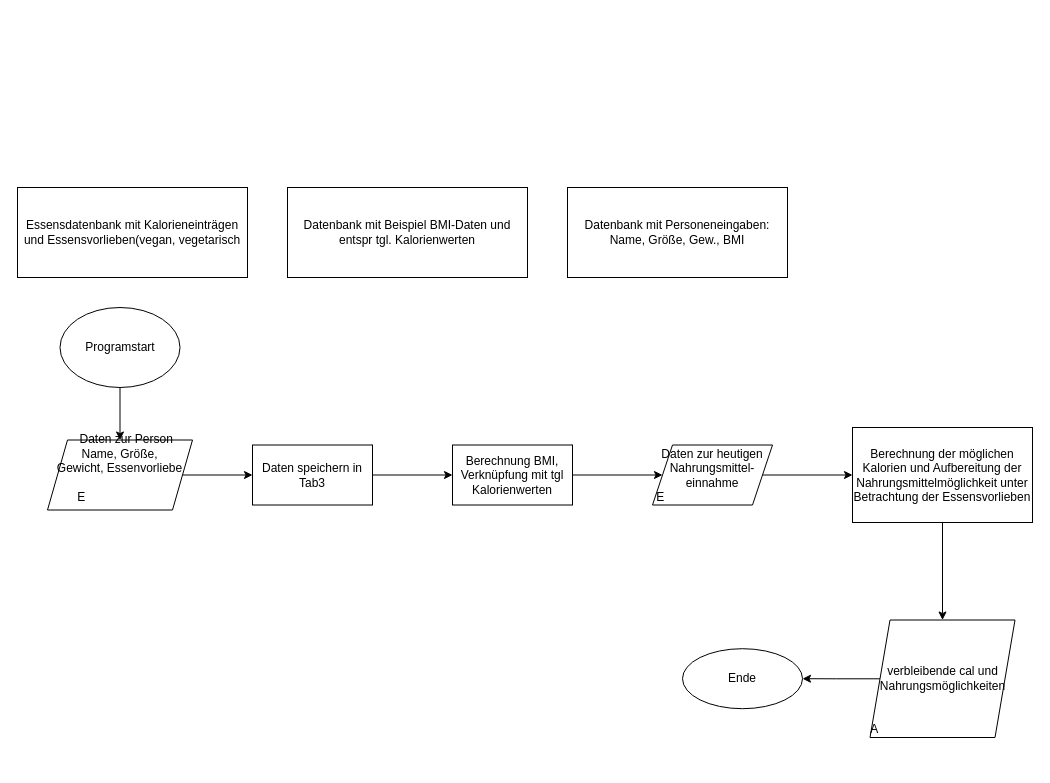
The draw.io diagram Untitled Diagram.drawio in fisi-pr/BMI_cal, before the edit. Source tidied: cells renumbered, new cells numbered last; positions are measured from the earlier drawing's top-left corner, leaving out a move shared by most shapes. Both pictures are drawn from the tidied source at 100%, with x=0, y=0 at pixel (17, 187).
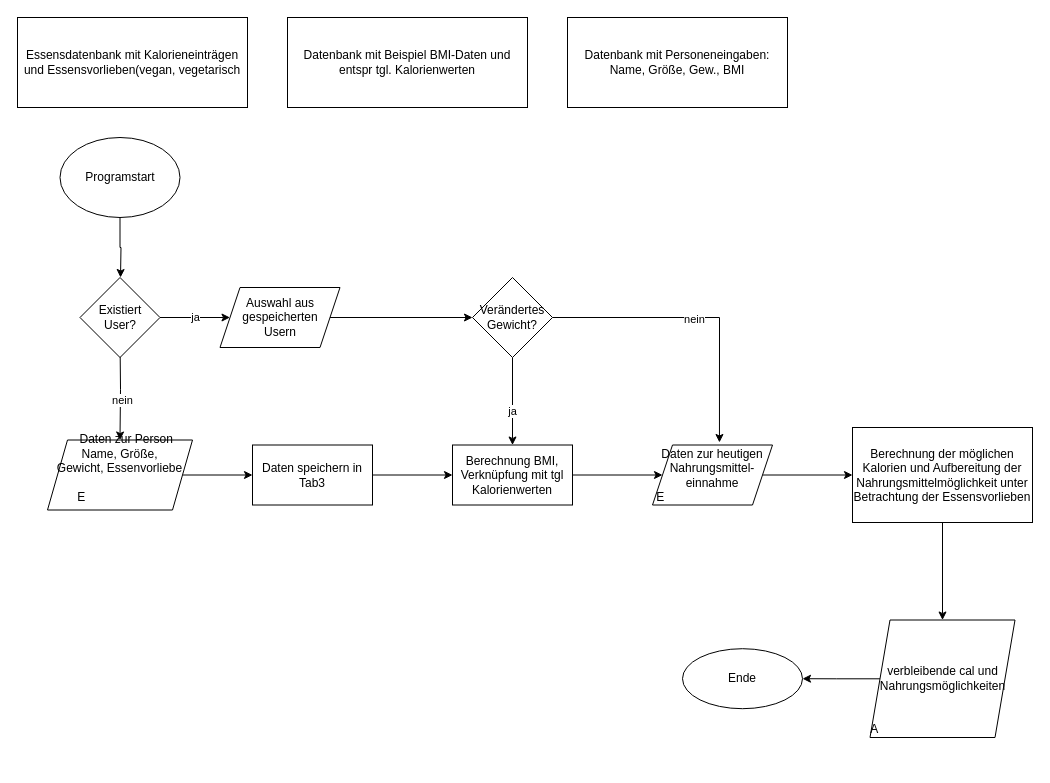
The same diagram, later.

The change refers to these unchanged cells:
```xml
<mxCell id="5" value="&lt;div&gt;&amp;nbsp;&amp;nbsp;&amp;nbsp; Daten zur Person&lt;/div&gt;&lt;div&gt;Name, Größe,&lt;/div&gt;&lt;div&gt;Gewicht, Essenvorliebe&lt;/div&gt;&lt;div&gt;&lt;br&gt;&lt;/div&gt;&lt;div&gt;E&amp;nbsp;&amp;nbsp;&amp;nbsp;&amp;nbsp; &amp;nbsp; &amp;nbsp; &amp;nbsp; &amp;nbsp;&amp;nbsp;&amp;nbsp;&amp;nbsp;&amp;nbsp; &amp;nbsp; &amp;nbsp; &amp;nbsp;&amp;nbsp; &amp;nbsp;&amp;nbsp;&amp;nbsp;&amp;nbsp;&amp;nbsp;&amp;nbsp;&amp;nbsp;&amp;nbsp;&amp;nbsp;&amp;nbsp;&amp;nbsp;&amp;nbsp;&amp;nbsp;&amp;nbsp;&amp;nbsp;&amp;nbsp;&amp;nbsp; &lt;br&gt;&lt;/div&gt;" style="shape=parallelogram;perimeter=parallelogramPerimeter;whiteSpace=wrap;html=1;fixedSize=1;fontSize=12;" parent="1" vertex="1">
  <mxGeometry x="30" y="252.5" width="145" height="70" as="geometry" />
</mxCell>
<mxCell id="10" value="Berechnung BMI, Verknüpfung mit tgl Kalorienwerten" style="whiteSpace=wrap;html=1;rounded=0;" parent="1" vertex="1">
  <mxGeometry x="435" y="257.5" width="120" height="60" as="geometry" />
</mxCell>
<mxCell id="12" value="&lt;div&gt;Daten zur heutigen Nahrungsmittel-einnahme&lt;/div&gt;&lt;div&gt;E&amp;nbsp;&amp;nbsp;&amp;nbsp;&amp;nbsp;&amp;nbsp;&amp;nbsp;&amp;nbsp;&amp;nbsp;&amp;nbsp;&amp;nbsp;&amp;nbsp;&amp;nbsp;&amp;nbsp;&amp;nbsp;&amp;nbsp;&amp;nbsp;&amp;nbsp;&amp;nbsp;&amp;nbsp;&amp;nbsp;&amp;nbsp;&amp;nbsp;&amp;nbsp;&amp;nbsp;&amp;nbsp;&amp;nbsp;&amp;nbsp;&amp;nbsp;&amp;nbsp;&amp;nbsp;&amp;nbsp; &lt;br&gt;&lt;/div&gt;" style="shape=parallelogram;perimeter=parallelogramPerimeter;whiteSpace=wrap;html=1;fixedSize=1;rounded=0;" parent="1" vertex="1">
  <mxGeometry x="635" y="257.5" width="120" height="60" as="geometry" />
</mxCell>
```

Change to the diagram source:
```diff
@@
     <mxCell id="2" value="Essensdatenbank mit Kalorieneinträgen und Essensvorlieben(vegan, vegetarisch" style="rounded=0;whiteSpace=wrap;html=1;" parent="1" vertex="1">
-      <mxGeometry width="230" height="90" as="geometry" />
+      <mxGeometry y="-170" width="230" height="90" as="geometry" />
     </mxCell>
     <mxCell id="3" value="Datenbank mit Beispiel BMI-Daten und entspr tgl. Kalorienwerten" style="rounded=0;whiteSpace=wrap;html=1;fontSize=12;" parent="1" vertex="1">
-      <mxGeometry x="270" width="240" height="90" as="geometry" />
+      <mxGeometry x="270" y="-170" width="240" height="90" as="geometry" />
     </mxCell>
@@
     <mxCell id="6" value="&lt;div&gt;Datenbank mit Personeneingaben:&lt;/div&gt;&lt;div&gt;Name, Größe, Gew., BMI&lt;br&gt;&lt;/div&gt;" style="rounded=0;whiteSpace=wrap;html=1;" parent="1" vertex="1">
-      <mxGeometry x="550" width="220" height="90" as="geometry" />
+      <mxGeometry x="550" y="-170" width="220" height="90" as="geometry" />
     </mxCell>
@@
-    <mxCell id="17" style="edgeStyle=orthogonalEdgeStyle;rounded=0;jettySize=auto;html=1;" parent="1" edge="1" source="18" target="5">
-      <mxGeometry relative="1" as="geometry" />
+    <mxCell id="17" style="edgeStyle=orthogonalEdgeStyle;rounded=0;jettySize=auto;html=1;" parent="1" edge="1" source="18">
+      <mxGeometry relative="1" as="geometry">
+        <mxPoint x="103" y="90" as="targetPoint" />
+      </mxGeometry>
     </mxCell>
     <mxCell id="18" value="Programstart" style="ellipse;whiteSpace=wrap;html=1;" parent="1" vertex="1">
-      <mxGeometry x="42.5" y="120" width="120" height="80" as="geometry" />
+      <mxGeometry x="42.5" y="-50" width="120" height="80" as="geometry" />
     </mxCell>
@@
+    <mxCell id="20" style="edgeStyle=orthogonalEdgeStyle;rounded=0;jettySize=auto;html=1;" parent="1" edge="1" target="5">
+      <mxGeometry relative="1" as="geometry">
+        <mxPoint x="102.5" y="150" as="sourcePoint" />
+      </mxGeometry>
+    </mxCell>
+    <mxCell id="21" value="nein" style="edgeLabel;html=1;align=center;verticalAlign=middle;" parent="20" vertex="1">
+      <mxGeometry x="0.23" y="2" relative="1" as="geometry" />
+    </mxCell>
+    <mxCell id="22" value="ja" style="edgeStyle=orthogonalEdgeStyle;rounded=0;jettySize=auto;html=1;" parent="1" edge="1" source="23" target="25">
+      <mxGeometry relative="1" as="geometry" />
+    </mxCell>
+    <mxCell id="23" value="Existiert User?" style="rhombus;whiteSpace=wrap;html=1;" parent="1" vertex="1">
+      <mxGeometry x="62.5" y="90" width="80" height="80" as="geometry" />
+    </mxCell>
+    <mxCell id="24" style="edgeStyle=orthogonalEdgeStyle;rounded=0;jettySize=auto;html=1;" parent="1" edge="1" source="25" target="30">
+      <mxGeometry relative="1" as="geometry" />
+    </mxCell>
+    <mxCell id="25" value="&lt;div&gt;Auswahl aus gespeicherten &lt;br&gt;&lt;/div&gt;&lt;div&gt;Usern&lt;/div&gt;" style="shape=parallelogram;perimeter=parallelogramPerimeter;whiteSpace=wrap;html=1;fixedSize=1;" parent="1" vertex="1">
+      <mxGeometry x="202.5" y="100" width="120" height="60" as="geometry" />
+    </mxCell>
+    <mxCell id="26" style="edgeStyle=orthogonalEdgeStyle;rounded=0;jettySize=auto;html=1;entryX=0.558;entryY=-0.042;entryDx=0;entryDy=0;entryPerimeter=0;" parent="1" edge="1" source="30" target="12">
+      <mxGeometry relative="1" as="geometry" />
+    </mxCell>
+    <mxCell id="27" value="nein" style="edgeLabel;html=1;align=center;verticalAlign=middle;" parent="26" vertex="1">
+      <mxGeometry x="-0.04" y="-1" relative="1" as="geometry">
+        <mxPoint x="1" as="offset" />
+      </mxGeometry>
+    </mxCell>
+    <mxCell id="28" style="edgeStyle=orthogonalEdgeStyle;rounded=0;jettySize=auto;html=1;entryX=0.5;entryY=0;entryDx=0;entryDy=0;" parent="1" edge="1" source="30" target="10">
+      <mxGeometry relative="1" as="geometry" />
+    </mxCell>
+    <mxCell id="29" value="ja" style="edgeLabel;html=1;align=center;verticalAlign=middle;" parent="28" vertex="1">
+      <mxGeometry x="0.2" y="-1" relative="1" as="geometry" />
+    </mxCell>
+    <mxCell id="30" value="Verändertes Gewicht?" style="rhombus;whiteSpace=wrap;html=1;" parent="1" vertex="1">
+      <mxGeometry x="455" y="90" width="80" height="80" as="geometry" />
+    </mxCell>
```
